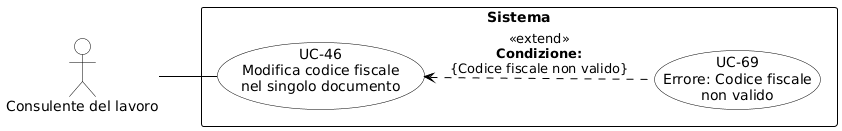
Above: RTB/Analisi dei Requisiti/diagrammi_use_case/UC-46.png in aLittleByte-19/Documentazione (PlantUML), before the change.
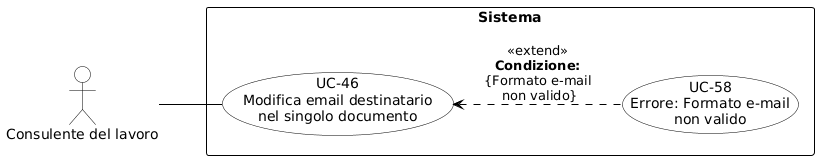
The same diagram one commit later.

The edit, as a diff of the source:
```diff
@@ -2,8 +2,6 @@
 skinparam shadowing false
 skinparam defaultFontName Arial
 left to right direction
-skinparam nodesep 15
-skinparam ranksep 50
 
 skinparam usecase {
     BackgroundColor white
@@ -19,14 +17,14 @@
     FontStyle bold
 }
 
-actor "Consulente del lavoro" as CL
+actor "Consulente del lavoro" as cdl
 
 rectangle "Sistema" {
-    usecase "UC-46\nModifica codice fiscale\nnel singolo documento" as UC46
-    usecase "UC-69\nErrore: Codice fiscale\nnon valido" as UC69
+    usecase "UC-46\nModifica email destinatario\nnel singolo documento" as UC46
+    usecase "UC-58\nErrore: Formato e-mail\nnon valido" as UC58
 
-    UC46 <.. UC69 : <<extend>>\n**Condizione:**\n{Codice fiscale non valido}
+    UC58 .up.> UC46 : «extend»\n<b>Condizione:</b>\n{Formato e-mail\n non valido}
 }
 
-CL -- UC46
+cdl -- UC46
 @enduml
```
